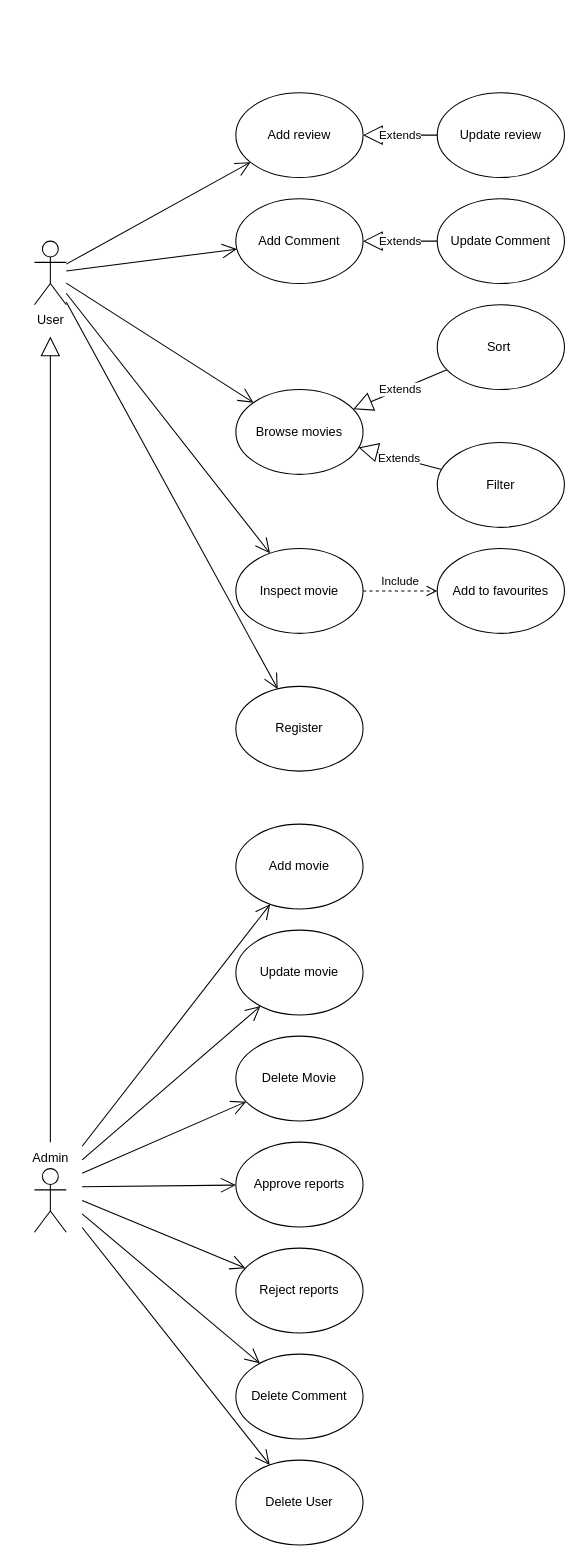
This is movie_recommendation_use_cases.drawio from kamilszczepanik/RecommendationSystemFork2, a draw.io file, before an edit. Source tidied: cells renumbered, new cells numbered last; positions are measured from the earlier drawing's top-left corner, leaving out a move shared by most shapes. Both pictures are drawn from the tidied source at 106%, with x=0, y=0 at pixel (18, 92).
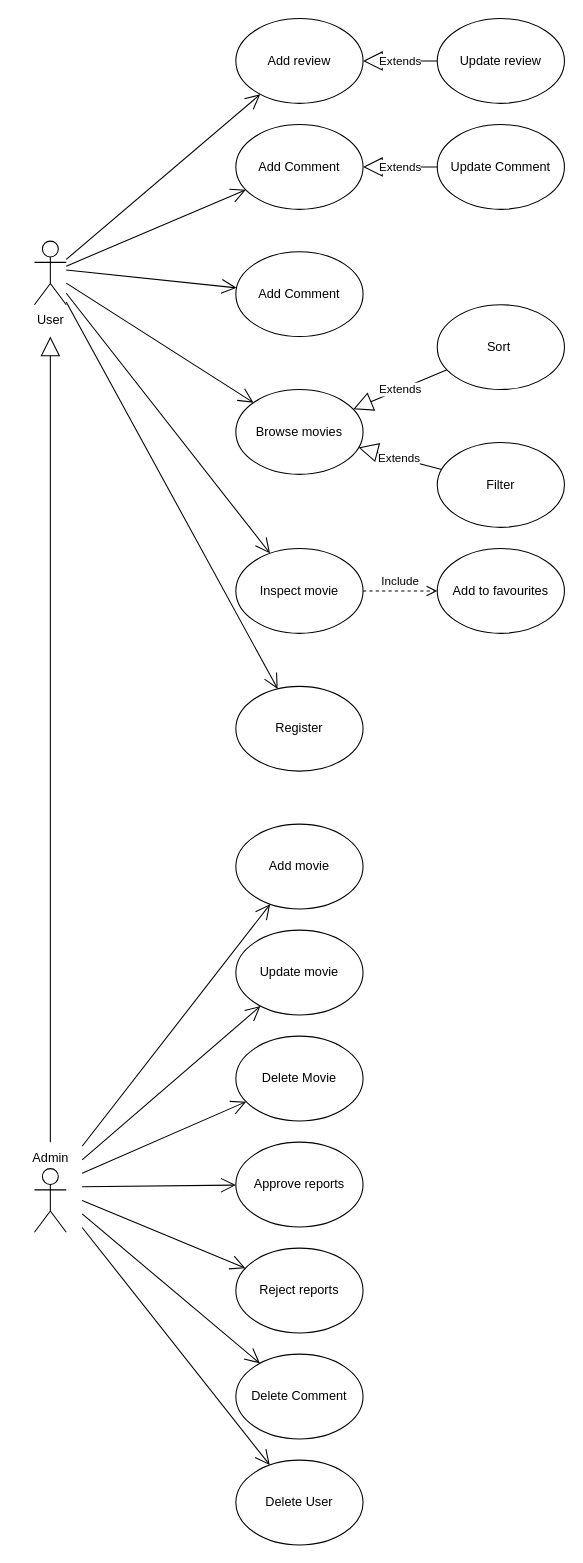
After the change.

Commit message:
Added 'Create report' use case

Unchanged cells that the change refers to:
```xml
<mxCell id="29" style="group;" parent="28" vertex="1">
  <mxGeometry width="50" height="82" as="geometry" />
</mxCell>
```

The edit, as a diff of the source:
```diff
@@
     <mxCell id="6" value="Add review" style="ellipse;whiteSpace=wrap;html=1;" parent="1" vertex="1">
-      <mxGeometry x="205" width="120" height="80" as="geometry" />
+      <mxGeometry x="205" y="-70" width="120" height="80" as="geometry" />
     </mxCell>
     <mxCell id="7" value="Update review" style="ellipse;whiteSpace=wrap;html=1;" parent="1" vertex="1">
-      <mxGeometry x="395" width="120" height="80" as="geometry" />
+      <mxGeometry x="395" y="-70" width="120" height="80" as="geometry" />
     </mxCell>
@@
     <mxCell id="10" value="Add Comment" style="ellipse;whiteSpace=wrap;html=1;" parent="1" vertex="1">
-      <mxGeometry x="205" y="100" width="120" height="80" as="geometry" />
+      <mxGeometry x="205" y="30" width="120" height="80" as="geometry" />
     </mxCell>
@@
     <mxCell id="12" value="Update Comment" style="ellipse;whiteSpace=wrap;html=1;" parent="1" vertex="1">
-      <mxGeometry x="395" y="100" width="120" height="80" as="geometry" />
+      <mxGeometry x="395" y="30" width="120" height="80" as="geometry" />
     </mxCell>
@@
+    <mxCell id="44" style="endArrow=open;endFill=1;endSize=12;html=1;rounded=0;" parent="29" edge="1" target="45">
+      <mxGeometry relative="1" as="geometry">
+        <mxPoint x="40" y="49.3" as="sourcePoint" />
+      </mxGeometry>
+    </mxCell>
@@
+    <mxCell id="45" value="Add Comment" style="ellipse;whiteSpace=wrap;html=1;" parent="1" vertex="1">
+      <mxGeometry x="205" y="150" width="120" height="80" as="geometry" />
+    </mxCell>
```
